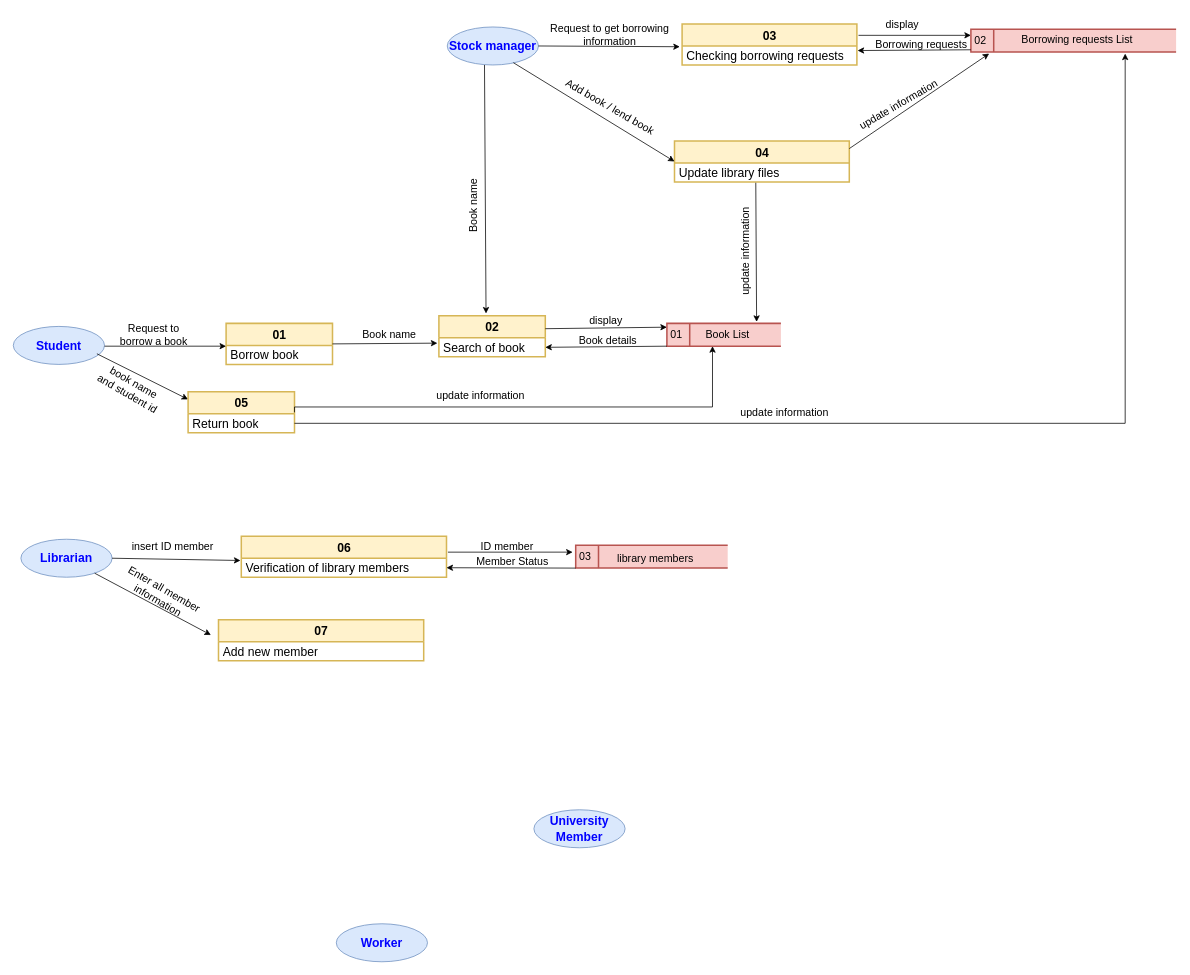
Before: L DFD.drawio in doaa517/Diagrams, a draw.io diagram. Source tidied: cells renumbered, new cells numbered last; positions are measured from the earlier drawing's top-left corner, leaving out a move shared by most shapes. Both pictures are drawn from the tidied source at 76%, with x=0, y=0 at pixel (13, 13).
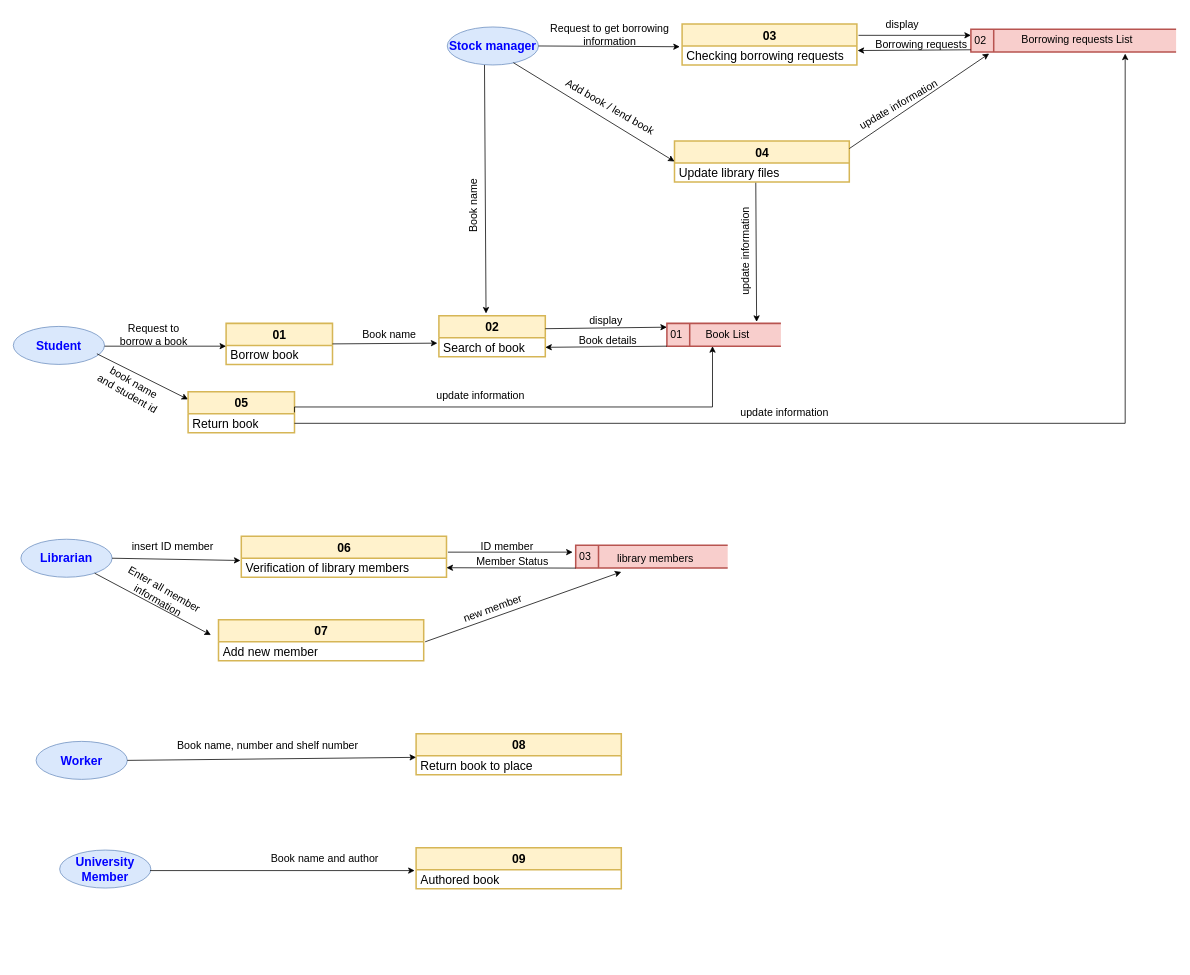
Above is the later version.

The change refers to these unchanged cells:
```xml
<mxCell id="54" value="&lt;font color=&quot;#000000&quot;&gt;library members&lt;/font&gt;" style="text;html=1;strokeColor=none;fillColor=none;align=center;verticalAlign=middle;whiteSpace=wrap;rounded=0;strokeWidth=2;fontSize=14;fontColor=#000000;" parent="1" vertex="1">
  <mxGeometry x="770" y="702" width="150" height="30" as="geometry" />
</mxCell>
<mxCell id="62" value="&lt;font color=&quot;#000000&quot;&gt;Add new member&lt;/font&gt;" style="text;html=1;strokeColor=none;fillColor=none;align=left;verticalAlign=middle;spacingLeft=4;spacingRight=4;overflow=hidden;points=[[0,0.5],[1,0.5]];portConstraint=eastwest;fontSize=16;fontColor=#0000FF;" parent="61" vertex="1">
  <mxGeometry y="29" width="270" height="25" as="geometry" />
</mxCell>
```

Change to the diagram source:
```diff
@@
     <mxCell id="4" value="&lt;b&gt;&lt;font style=&quot;font-size: 16px;&quot; color=&quot;#0000FF&quot;&gt;University Member&lt;/font&gt;&lt;/b&gt;" style="ellipse;whiteSpace=wrap;html=1;fillColor=#dae8fc;strokeColor=#6c8ebf;" parent="1" vertex="1">
-      <mxGeometry x="685" y="1048" width="120" height="50" as="geometry" />
+      <mxGeometry x="61" y="1101" width="120" height="50" as="geometry" />
     </mxCell>
@@
     <mxCell id="6" value="&lt;b&gt;&lt;font style=&quot;font-size: 16px;&quot; color=&quot;#0000FF&quot;&gt;Worker&lt;br&gt;&lt;/font&gt;&lt;/b&gt;" style="ellipse;whiteSpace=wrap;html=1;fillColor=#dae8fc;strokeColor=#6c8ebf;" parent="1" vertex="1">
-      <mxGeometry x="425" y="1198" width="120" height="50" as="geometry" />
+      <mxGeometry x="30" y="958" width="120" height="50" as="geometry" />
     </mxCell>
@@
+    <mxCell id="63" style="endArrow=classic;html=1;rounded=0;fontSize=14;fontColor=#000000;entryX=0.2;entryY=1.1;entryDx=0;entryDy=0;entryPerimeter=0;exitX=1.007;exitY=0;exitDx=0;exitDy=0;exitPerimeter=0;" parent="1" edge="1" source="62" target="54">
+      <mxGeometry relative="1" as="geometry" />
+    </mxCell>
+    <mxCell id="64" value="&lt;font color=&quot;#000000&quot;&gt;new member&lt;/font&gt;" style="text;html=1;strokeColor=none;fillColor=none;align=center;verticalAlign=middle;whiteSpace=wrap;rounded=0;strokeWidth=2;fontSize=14;fontColor=#000000;rotation=-20;" parent="1" vertex="1">
+      <mxGeometry x="534" y="768" width="194" height="30" as="geometry" />
+    </mxCell>
+    <mxCell id="65" value="08" style="swimlane;fontStyle=1;align=center;verticalAlign=middle;horizontal=1;startSize=29;html=1;fontSize=16;strokeWidth=2;fillColor=#fff2cc;strokeColor=#d6b656;" parent="1" vertex="1">
+      <mxGeometry x="530" y="948" width="270" height="54" as="geometry" />
+    </mxCell>
+    <mxCell id="66" value="&lt;font color=&quot;#000000&quot;&gt;Return book to place&lt;/font&gt;" style="text;html=1;strokeColor=none;fillColor=none;align=left;verticalAlign=middle;spacingLeft=4;spacingRight=4;overflow=hidden;points=[[0,0.5],[1,0.5]];portConstraint=eastwest;fontSize=16;fontColor=#0000FF;" parent="65" vertex="1">
+      <mxGeometry y="29" width="270" height="25" as="geometry" />
+    </mxCell>
+    <mxCell id="67" style="endArrow=classic;html=1;rounded=0;fontSize=14;fontColor=#000000;entryX=0;entryY=0.08;entryDx=0;entryDy=0;entryPerimeter=0;exitX=1;exitY=0.5;exitDx=0;exitDy=0;" parent="1" edge="1" source="6" target="66">
+      <mxGeometry relative="1" as="geometry" />
+    </mxCell>
+    <mxCell id="68" value="Book name, number and shelf number" style="text;html=1;strokeColor=none;fillColor=none;align=center;verticalAlign=middle;whiteSpace=wrap;rounded=0;strokeWidth=2;fontSize=14;fontColor=#000000;" parent="1" vertex="1">
+      <mxGeometry x="190" y="948" width="290" height="30" as="geometry" />
+    </mxCell>
+    <mxCell id="69" value="09" style="swimlane;fontStyle=1;align=center;verticalAlign=middle;horizontal=1;startSize=29;html=1;fontSize=16;strokeWidth=2;fillColor=#fff2cc;strokeColor=#d6b656;" parent="1" vertex="1">
+      <mxGeometry x="530" y="1098" width="270" height="54" as="geometry" />
+    </mxCell>
+    <mxCell id="70" value="&lt;font color=&quot;#000000&quot;&gt;Authored book&lt;/font&gt;" style="text;html=1;strokeColor=none;fillColor=none;align=left;verticalAlign=middle;spacingLeft=4;spacingRight=4;overflow=hidden;points=[[0,0.5],[1,0.5]];portConstraint=eastwest;fontSize=16;fontColor=#0000FF;" parent="69" vertex="1">
+      <mxGeometry y="29" width="270" height="25" as="geometry" />
+    </mxCell>
+    <mxCell id="71" style="endArrow=classic;html=1;rounded=0;fontSize=14;fontColor=#000000;entryX=-0.007;entryY=0.04;entryDx=0;entryDy=0;entryPerimeter=0;" parent="1" edge="1" target="70">
+      <mxGeometry relative="1" as="geometry">
+        <mxPoint x="180" y="1128" as="sourcePoint" />
+      </mxGeometry>
+    </mxCell>
+    <mxCell id="72" value="Book name and author" style="text;html=1;strokeColor=none;fillColor=none;align=center;verticalAlign=middle;whiteSpace=wrap;rounded=0;strokeWidth=2;fontSize=14;fontColor=#000000;" parent="1" vertex="1">
+      <mxGeometry x="320" y="1097" width="180" height="30" as="geometry" />
+    </mxCell>
```
